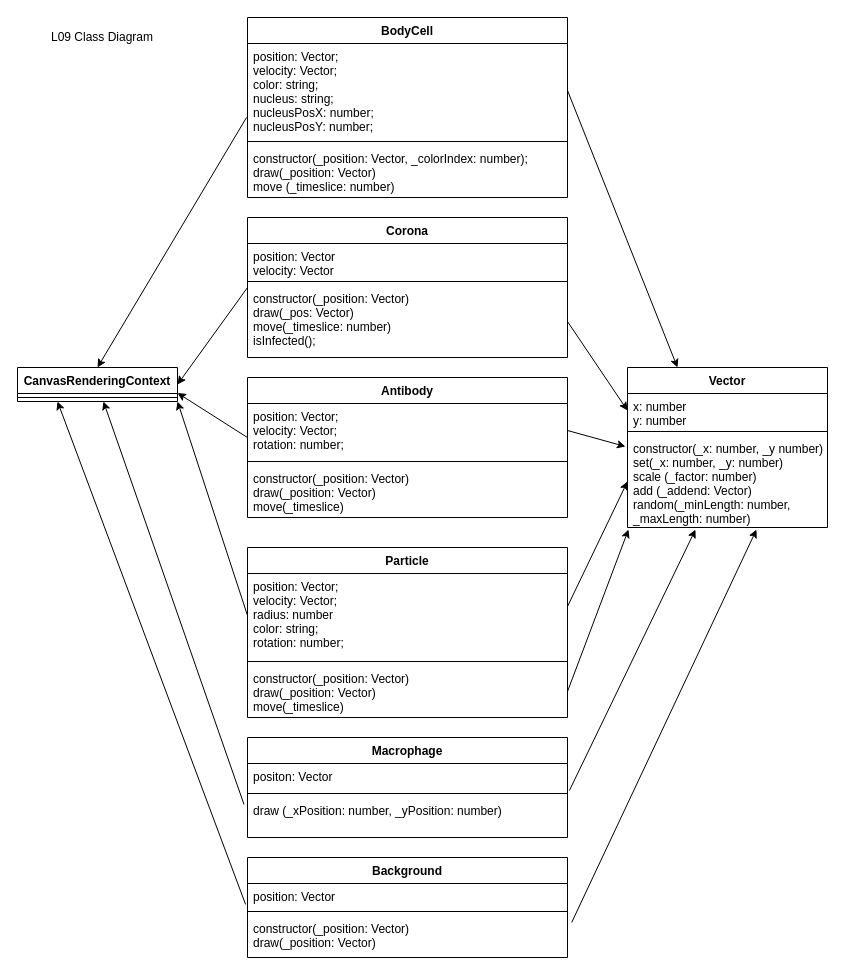
KohlerAl/EIA2 keeps this draw.io diagram as L09_Classes/Abgabe/Konzeption/L09_ClassDiagramm.drawio. Above is the earlier version. Source tidied: cells renumbered, new cells numbered last; positions are measured from the earlier drawing's top-left corner, leaving out a move shared by most shapes. Both pictures are drawn from the tidied source at 100%, with x=0, y=0 at pixel (17, 17).
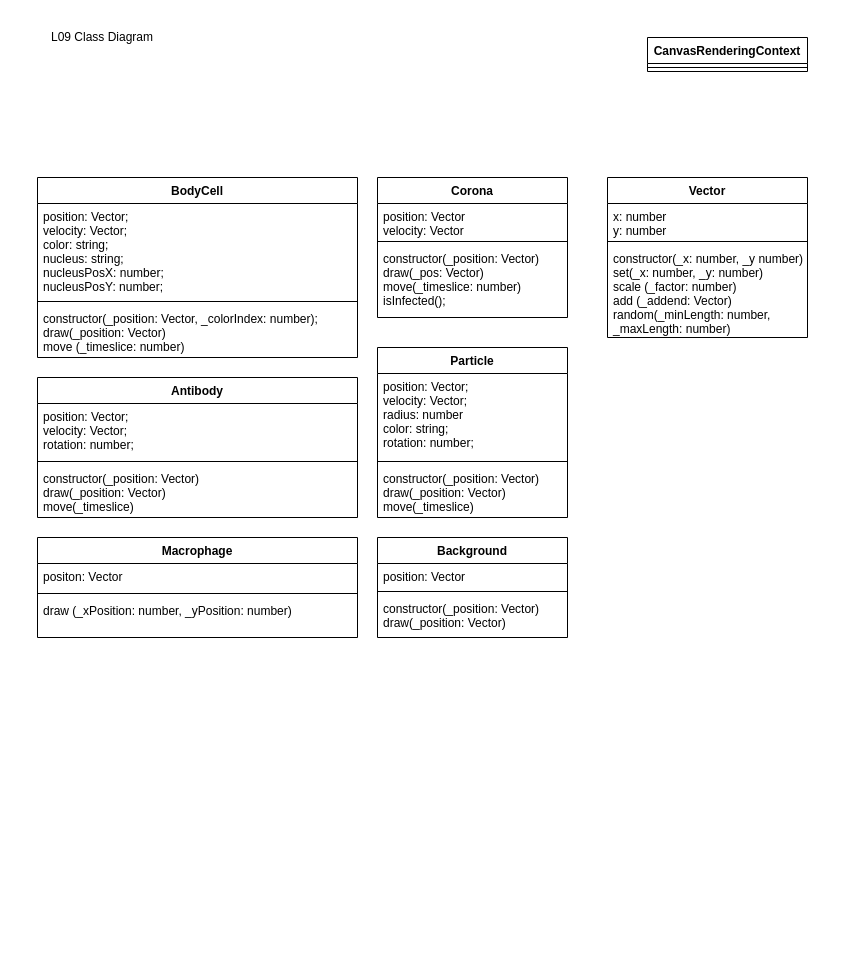
The same diagram, later.

Unchanged cells that the change refers to:
```xml
<mxCell id="6" value="position: Vector; &#10;velocity: Vector; &#10;color: string; &#10;nucleus: string;&#10;nucleusPosX: number; &#10;nucleusPosY: number;" style="text;strokeColor=none;fillColor=none;align=left;verticalAlign=top;spacingLeft=4;spacingRight=4;overflow=hidden;points=[[0,0.5],[1,0.5]];portConstraint=eastwest;" parent="5" vertex="1">
  <mxGeometry y="26" width="320" height="94" as="geometry" />
</mxCell>
<mxCell id="22" value="positon: Vector" style="text;strokeColor=none;fillColor=none;align=left;verticalAlign=top;spacingLeft=4;spacingRight=4;overflow=hidden;points=[[0,0.5],[1,0.5]];portConstraint=eastwest;" parent="21" vertex="1">
  <mxGeometry y="26" width="320" height="26" as="geometry" />
</mxCell>
<mxCell id="24" value="draw (_xPosition: number, _yPosition: number)" style="text;strokeColor=none;fillColor=none;align=left;verticalAlign=top;spacingLeft=4;spacingRight=4;overflow=hidden;points=[[0,0.5],[1,0.5]];portConstraint=eastwest;" parent="21" vertex="1">
  <mxGeometry y="60" width="320" height="40" as="geometry" />
</mxCell>
```

Diff of the diagram source:
```diff
@@
-    <mxCell id="3" value="CanvasRenderingContext" style="swimlane;fontStyle=1;align=center;verticalAlign=top;horizontal=1;startSize=26;" parent="1" vertex="1">
-      <mxGeometry y="350" width="160" height="34" as="geometry" />
-    </mxCell>
-    <mxCell id="4" style="line;strokeWidth=1;fillColor=none;align=left;verticalAlign=middle;spacingTop=-1;spacingLeft=3;spacingRight=3;labelPosition=right;" parent="3" vertex="1">
-      <mxGeometry y="26" width="160" height="8" as="geometry" />
-    </mxCell>
     <mxCell id="5" value="BodyCell" style="swimlane;fontStyle=1;align=center;verticalAlign=top;horizontal=1;startSize=26;" parent="1" vertex="1">
-      <mxGeometry x="230" width="320" height="180" as="geometry" />
+      <mxGeometry x="20" y="160" width="320" height="180" as="geometry" />
     </mxCell>
@@
     <mxCell id="9" value="Corona" style="swimlane;fontStyle=1;align=center;verticalAlign=top;horizontal=1;startSize=26;" parent="1" vertex="1">
-      <mxGeometry x="230" y="200" width="320" height="140" as="geometry" />
+      <mxGeometry x="360" y="160" width="190" height="140" as="geometry" />
     </mxCell>
     <mxCell id="10" value="position: Vector&#10;velocity: Vector" style="text;strokeColor=none;fillColor=none;align=left;verticalAlign=top;spacingLeft=4;spacingRight=4;overflow=hidden;" parent="9" vertex="1">
-      <mxGeometry y="26" width="320" height="34" as="geometry" />
+      <mxGeometry y="26" width="190" height="34" as="geometry" />
     </mxCell>
     <mxCell id="11" style="line;strokeWidth=1;fillColor=none;align=left;verticalAlign=middle;spacingTop=-1;spacingLeft=3;spacingRight=3;labelPosition=right;" parent="9" vertex="1">
-      <mxGeometry y="60" width="320" height="8" as="geometry" />
+      <mxGeometry y="60" width="190" height="8" as="geometry" />
     </mxCell>
     <mxCell id="12" value="constructor(_position: Vector)&#10;draw(_pos: Vector)&#10;move(_timeslice: number)&#10;isInfected();" style="text;strokeColor=none;fillColor=none;align=left;verticalAlign=top;spacingLeft=4;spacingRight=4;overflow=hidden;points=[[0,0.5],[1,0.5]];portConstraint=eastwest;" parent="9" vertex="1">
-      <mxGeometry y="68" width="320" height="72" as="geometry" />
+      <mxGeometry y="68" width="190" height="72" as="geometry" />
     </mxCell>
+    <mxCell id="25" value="Vector" style="swimlane;fontStyle=1;align=center;verticalAlign=top;horizontal=1;startSize=26;" parent="1" vertex="1">
+      <mxGeometry x="590" y="160" width="200" height="160" as="geometry" />
+    </mxCell>
+    <mxCell id="26" value="x: number&#10;y: number" style="text;strokeColor=none;fillColor=none;align=left;verticalAlign=top;spacingLeft=4;spacingRight=4;overflow=hidden;points=[[0,0.5],[1,0.5]];portConstraint=eastwest;" parent="25" vertex="1">
+      <mxGeometry y="26" width="200" height="34" as="geometry" />
+    </mxCell>
+    <mxCell id="27" style="line;strokeWidth=1;fillColor=none;align=left;verticalAlign=middle;spacingTop=-1;spacingLeft=3;spacingRight=3;labelPosition=right;" parent="25" vertex="1">
+      <mxGeometry y="60" width="200" height="8" as="geometry" />
+    </mxCell>
+    <mxCell id="28" value="constructor(_x: number, _y number)&#10;set(_x: number, _y: number)&#10;scale (_factor: number)&#10;add (_addend: Vector)&#10;random(_minLength: number, &#10;_maxLength: number)" style="text;strokeColor=none;fillColor=none;align=left;verticalAlign=top;spacingLeft=4;spacingRight=4;overflow=hidden;points=[[0,0.5],[1,0.5]];portConstraint=eastwest;" parent="25" vertex="1">
+      <mxGeometry y="68" width="200" height="92" as="geometry" />
+    </mxCell>
+    <mxCell id="3" value="CanvasRenderingContext" style="swimlane;fontStyle=1;align=center;verticalAlign=top;horizontal=1;startSize=26;" parent="1" vertex="1">
+      <mxGeometry x="630" y="20" width="160" height="34" as="geometry" />
+    </mxCell>
+    <mxCell id="4" style="line;strokeWidth=1;fillColor=none;align=left;verticalAlign=middle;spacingTop=-1;spacingLeft=3;spacingRight=3;labelPosition=right;" parent="3" vertex="1">
+      <mxGeometry y="26" width="160" height="8" as="geometry" />
+    </mxCell>
+    <mxCell id="17" value="Antibody" style="swimlane;fontStyle=1;align=center;verticalAlign=top;horizontal=1;startSize=26;" parent="1" vertex="1">
+      <mxGeometry x="20" y="360" width="320" height="140" as="geometry" />
+    </mxCell>
+    <mxCell id="18" value="position: Vector;&#10;velocity: Vector; &#10;rotation: number;" style="text;strokeColor=none;fillColor=none;align=left;verticalAlign=top;spacingLeft=4;spacingRight=4;overflow=hidden;points=[[0,0.5],[1,0.5]];portConstraint=eastwest;" parent="17" vertex="1">
+      <mxGeometry y="26" width="320" height="54" as="geometry" />
+    </mxCell>
+    <mxCell id="19" style="line;strokeWidth=1;fillColor=none;align=left;verticalAlign=middle;spacingTop=-1;spacingLeft=3;spacingRight=3;labelPosition=right;" parent="17" vertex="1">
+      <mxGeometry y="80" width="320" height="8" as="geometry" />
+    </mxCell>
+    <mxCell id="20" value="constructor(_position: Vector)&#10;draw(_position: Vector)&#10;move(_timeslice)" style="text;strokeColor=none;fillColor=none;align=left;verticalAlign=top;spacingLeft=4;spacingRight=4;overflow=hidden;" parent="17" vertex="1">
+      <mxGeometry y="88" width="320" height="52" as="geometry" />
+    </mxCell>
     <mxCell id="13" value="Particle" style="swimlane;fontStyle=1;align=center;verticalAlign=top;horizontal=1;startSize=26;" parent="1" vertex="1">
-      <mxGeometry x="230" y="530" width="320" height="170" as="geometry" />
+      <mxGeometry x="360" y="330" width="190" height="170" as="geometry" />
     </mxCell>
     <mxCell id="14" value="position: Vector;&#10;velocity: Vector; &#10;radius: number&#10;color: string; &#10;rotation: number;" style="text;strokeColor=none;fillColor=none;align=left;verticalAlign=top;spacingLeft=4;spacingRight=4;overflow=hidden;points=[[0,0.5],[1,0.5]];portConstraint=eastwest;" parent="13" vertex="1">
-      <mxGeometry y="26" width="320" height="84" as="geometry" />
+      <mxGeometry y="26" width="190" height="84" as="geometry" />
     </mxCell>
     <mxCell id="15" style="line;strokeWidth=1;fillColor=none;align=left;verticalAlign=middle;spacingTop=-1;spacingLeft=3;spacingRight=3;labelPosition=right;" parent="13" vertex="1">
-      <mxGeometry y="110" width="320" height="8" as="geometry" />
+      <mxGeometry y="110" width="190" height="8" as="geometry" />
     </mxCell>
     <mxCell id="16" value="constructor(_position: Vector)&#10;draw(_position: Vector)&#10;move(_timeslice)" style="text;strokeColor=none;fillColor=none;align=left;verticalAlign=top;spacingLeft=4;spacingRight=4;overflow=hidden;points=[[0,0.5],[1,0.5]];portConstraint=eastwest;" parent="13" vertex="1">
-      <mxGeometry y="118" width="320" height="52" as="geometry" />
+      <mxGeometry y="118" width="190" height="52" as="geometry" />
     </mxCell>
-    <mxCell id="17" value="Antibody" style="swimlane;fontStyle=1;align=center;verticalAlign=top;horizontal=1;startSize=26;" parent="1" vertex="1">
-      <mxGeometry x="230" y="360" width="320" height="140" as="geometry" />
-    </mxCell>
-    <mxCell id="18" value="position: Vector;&#10;velocity: Vector; &#10;rotation: number;" style="text;strokeColor=none;fillColor=none;align=left;verticalAlign=top;spacingLeft=4;spacingRight=4;overflow=hidden;points=[[0,0.5],[1,0.5]];portConstraint=eastwest;" parent="17" vertex="1">
-      <mxGeometry y="26" width="320" height="54" as="geometry" />
-    </mxCell>
-    <mxCell id="19" style="line;strokeWidth=1;fillColor=none;align=left;verticalAlign=middle;spacingTop=-1;spacingLeft=3;spacingRight=3;labelPosition=right;" parent="17" vertex="1">
-      <mxGeometry y="80" width="320" height="8" as="geometry" />
-    </mxCell>
-    <mxCell id="20" value="constructor(_position: Vector)&#10;draw(_position: Vector)&#10;move(_timeslice)" style="text;strokeColor=none;fillColor=none;align=left;verticalAlign=top;spacingLeft=4;spacingRight=4;overflow=hidden;" parent="17" vertex="1">
-      <mxGeometry y="88" width="320" height="52" as="geometry" />
-    </mxCell>
     <mxCell id="21" value="Macrophage" style="swimlane;fontStyle=1;align=center;verticalAlign=top;horizontal=1;startSize=26;" parent="1" vertex="1">
-      <mxGeometry x="230" y="720" width="320" height="100" as="geometry" />
+      <mxGeometry x="20" y="520" width="320" height="100" as="geometry" />
     </mxCell>
@@
-    <mxCell id="25" value="Vector" style="swimlane;fontStyle=1;align=center;verticalAlign=top;horizontal=1;startSize=26;" parent="1" vertex="1">
-      <mxGeometry x="610" y="350" width="200" height="160" as="geometry" />
-    </mxCell>
-    <mxCell id="26" value="x: number&#10;y: number" style="text;strokeColor=none;fillColor=none;align=left;verticalAlign=top;spacingLeft=4;spacingRight=4;overflow=hidden;points=[[0,0.5],[1,0.5]];portConstraint=eastwest;" parent="25" vertex="1">
-      <mxGeometry y="26" width="200" height="34" as="geometry" />
-    </mxCell>
-    <mxCell id="27" style="line;strokeWidth=1;fillColor=none;align=left;verticalAlign=middle;spacingTop=-1;spacingLeft=3;spacingRight=3;labelPosition=right;" parent="25" vertex="1">
-      <mxGeometry y="60" width="200" height="8" as="geometry" />
-    </mxCell>
-    <mxCell id="28" value="constructor(_x: number, _y number)&#10;set(_x: number, _y: number)&#10;scale (_factor: number)&#10;add (_addend: Vector)&#10;random(_minLength: number, &#10;_maxLength: number)" style="text;strokeColor=none;fillColor=none;align=left;verticalAlign=top;spacingLeft=4;spacingRight=4;overflow=hidden;points=[[0,0.5],[1,0.5]];portConstraint=eastwest;" parent="25" vertex="1">
-      <mxGeometry y="68" width="200" height="92" as="geometry" />
-    </mxCell>
     <mxCell id="29" value="Background" style="swimlane;fontStyle=1;align=center;verticalAlign=top;horizontal=1;startSize=26;" parent="1" vertex="1">
-      <mxGeometry x="230" y="840" width="320" height="100" as="geometry" />
+      <mxGeometry x="360" y="520" width="190" height="100" as="geometry" />
     </mxCell>
     <mxCell id="30" value="position: Vector" style="text;strokeColor=none;fillColor=none;align=left;verticalAlign=top;spacingLeft=4;spacingRight=4;overflow=hidden;points=[[0,0.5],[1,0.5]];portConstraint=eastwest;" parent="29" vertex="1">
-      <mxGeometry y="26" width="320" height="24" as="geometry" />
+      <mxGeometry y="26" width="190" height="24" as="geometry" />
     </mxCell>
     <mxCell id="31" style="line;strokeWidth=1;fillColor=none;align=left;verticalAlign=middle;spacingTop=-1;spacingLeft=3;spacingRight=3;labelPosition=right;" parent="29" vertex="1">
-      <mxGeometry y="50" width="320" height="8" as="geometry" />
+      <mxGeometry y="50" width="190" height="8" as="geometry" />
     </mxCell>
     <mxCell id="32" value="constructor(_position: Vector)&#10;draw(_position: Vector)" style="text;strokeColor=none;fillColor=none;align=left;verticalAlign=top;spacingLeft=4;spacingRight=4;overflow=hidden;points=[[0,0.5],[1,0.5]];portConstraint=eastwest;" parent="29" vertex="1">
-      <mxGeometry y="58" width="320" height="42" as="geometry" />
+      <mxGeometry y="58" width="190" height="42" as="geometry" />
     </mxCell>
-    <mxCell id="33" style="endArrow=classic;html=1;exitX=-0.003;exitY=0.787;exitDx=0;exitDy=0;exitPerimeter=0;entryX=0.5;entryY=0;entryDx=0;entryDy=0;" parent="1" edge="1" source="6" target="3">
-      <mxGeometry relative="1" as="geometry" />
-    </mxCell>
-    <mxCell id="34" style="endArrow=classic;html=1;exitX=0;exitY=0.028;exitDx=0;exitDy=0;exitPerimeter=0;entryX=1;entryY=0.5;entryDx=0;entryDy=0;" parent="1" edge="1" source="12" target="3">
-      <mxGeometry relative="1" as="geometry" />
-    </mxCell>
-    <mxCell id="35" style="endArrow=classic;html=1;exitX=0;exitY=0.63;exitDx=0;exitDy=0;exitPerimeter=0;entryX=1;entryY=0.75;entryDx=0;entryDy=0;" parent="1" edge="1" source="18" target="3">
-      <mxGeometry relative="1" as="geometry" />
-    </mxCell>
-    <mxCell id="36" style="endArrow=classic;html=1;exitX=0;exitY=0.5;exitDx=0;exitDy=0;entryX=1;entryY=1;entryDx=0;entryDy=0;" parent="1" edge="1" source="14" target="3">
-      <mxGeometry relative="1" as="geometry" />
-    </mxCell>
-    <mxCell id="37" style="endArrow=classic;html=1;exitX=-0.011;exitY=0.172;exitDx=0;exitDy=0;exitPerimeter=0;" parent="1" edge="1" source="24" target="3">
-      <mxGeometry relative="1" as="geometry" />
-    </mxCell>
-    <mxCell id="38" style="endArrow=classic;html=1;exitX=-0.006;exitY=0.871;exitDx=0;exitDy=0;exitPerimeter=0;entryX=0.25;entryY=1;entryDx=0;entryDy=0;" parent="1" edge="1" source="30" target="3">
-      <mxGeometry relative="1" as="geometry" />
-    </mxCell>
-    <mxCell id="39" style="endArrow=classic;html=1;exitX=1;exitY=0.5;exitDx=0;exitDy=0;entryX=0.25;entryY=0;entryDx=0;entryDy=0;" parent="1" edge="1" source="6" target="25">
-      <mxGeometry relative="1" as="geometry" />
-    </mxCell>
-    <mxCell id="40" style="endArrow=classic;html=1;exitX=1;exitY=0.5;exitDx=0;exitDy=0;entryX=0;entryY=0.5;entryDx=0;entryDy=0;" parent="1" edge="1" source="12" target="26">
-      <mxGeometry relative="1" as="geometry" />
-    </mxCell>
-    <mxCell id="41" style="endArrow=classic;html=1;exitX=1;exitY=0.5;exitDx=0;exitDy=0;entryX=-0.01;entryY=0.12;entryDx=0;entryDy=0;entryPerimeter=0;" parent="1" edge="1" source="18" target="28">
-      <mxGeometry relative="1" as="geometry" />
-    </mxCell>
-    <mxCell id="42" style="endArrow=classic;html=1;exitX=1;exitY=0.393;exitDx=0;exitDy=0;exitPerimeter=0;entryX=0;entryY=0.5;entryDx=0;entryDy=0;" parent="1" edge="1" source="14" target="28">
-      <mxGeometry relative="1" as="geometry" />
-    </mxCell>
-    <mxCell id="43" style="endArrow=classic;html=1;exitX=1;exitY=0.5;exitDx=0;exitDy=0;entryX=0.005;entryY=1.022;entryDx=0;entryDy=0;entryPerimeter=0;" parent="1" edge="1" source="16" target="28">
-      <mxGeometry relative="1" as="geometry" />
-    </mxCell>
-    <mxCell id="44" style="endArrow=classic;html=1;exitX=1.006;exitY=1.038;exitDx=0;exitDy=0;exitPerimeter=0;entryX=0.34;entryY=1.022;entryDx=0;entryDy=0;entryPerimeter=0;" parent="1" edge="1" source="22" target="28">
-      <mxGeometry relative="1" as="geometry" />
-    </mxCell>
-    <mxCell id="45" style="endArrow=classic;html=1;exitX=1.013;exitY=0.167;exitDx=0;exitDy=0;exitPerimeter=0;entryX=0.645;entryY=1.022;entryDx=0;entryDy=0;entryPerimeter=0;" parent="1" edge="1" source="32" target="28">
-      <mxGeometry relative="1" as="geometry" />
-    </mxCell>
```
